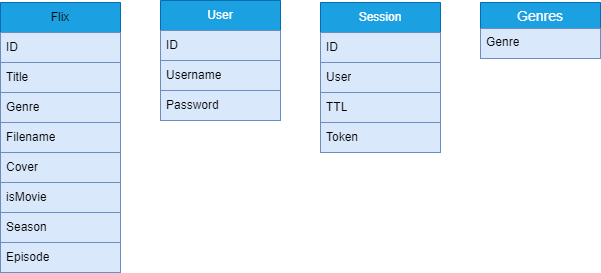
Above: backend/Localflix.drawio.png in timoleppanen85/Localflix (draw.io), before the change. Source tidied: cells renumbered, new cells last; positions are measured from the earlier drawing's top-left corner, leaving out a move shared by most shapes.
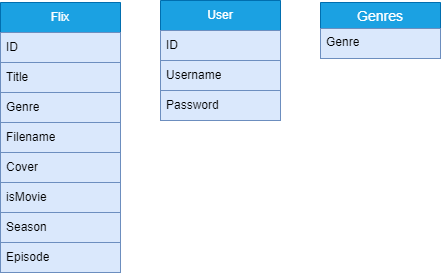
Later version of the same file.

Commit message:
Updated database schema

What changed in the source:
```diff
@@ -2,7 +2,7 @@
   <root>
     <mxCell id="0" />
     <mxCell id="1" parent="0" />
-    <mxCell id="2" value="Flix" style="swimlane;fontStyle=0;horizontal=1;startSize=30;whiteSpace=wrap;html=1;fillColor=#1ba1e2;fontColor=#000000;strokeColor=#006EAF;" parent="1" vertex="1">
+    <mxCell id="2" value="&lt;font color=&quot;#ffffff&quot;&gt;Flix&lt;/font&gt;" style="swimlane;fontStyle=0;horizontal=1;startSize=30;whiteSpace=wrap;html=1;fillColor=#1ba1e2;fontColor=#000000;strokeColor=#006EAF;" parent="1" vertex="1">
       <mxGeometry y="2" width="120" height="270" as="geometry" />
     </mxCell>
     <mxCell id="3" value="ID" style="text;align=left;verticalAlign=middle;spacingLeft=4;spacingRight=4;overflow=hidden;whiteSpace=wrap;html=1;labelBackgroundColor=none;fillColor=#dae8fc;strokeColor=#6c8ebf;" parent="2" vertex="1">
@@ -41,23 +41,8 @@
     <mxCell id="14" value="Password" style="text;strokeColor=#6c8ebf;fillColor=#dae8fc;align=left;verticalAlign=middle;spacingLeft=4;spacingRight=4;overflow=hidden;whiteSpace=wrap;html=1;" parent="11" vertex="1">
       <mxGeometry y="90" width="120" height="30" as="geometry" />
     </mxCell>
-    <mxCell id="15" value="Session" style="swimlane;fontStyle=0;horizontal=1;startSize=30;whiteSpace=wrap;html=1;fillColor=#1ba1e2;fontColor=#ffffff;strokeColor=#006EAF;" parent="1" vertex="1">
-      <mxGeometry x="320" y="2" width="120" height="150" as="geometry" />
-    </mxCell>
-    <mxCell id="16" value="ID" style="text;strokeColor=#6c8ebf;fillColor=#dae8fc;align=left;verticalAlign=middle;spacingLeft=4;spacingRight=4;overflow=hidden;whiteSpace=wrap;html=1;" parent="15" vertex="1">
-      <mxGeometry y="30" width="120" height="30" as="geometry" />
-    </mxCell>
-    <mxCell id="17" value="User" style="text;strokeColor=#6c8ebf;fillColor=#dae8fc;align=left;verticalAlign=middle;spacingLeft=4;spacingRight=4;overflow=hidden;whiteSpace=wrap;html=1;" parent="15" vertex="1">
-      <mxGeometry y="60" width="120" height="30" as="geometry" />
-    </mxCell>
-    <mxCell id="18" value="TTL" style="text;strokeColor=#6c8ebf;fillColor=#dae8fc;align=left;verticalAlign=middle;spacingLeft=4;spacingRight=4;overflow=hidden;whiteSpace=wrap;html=1;" parent="15" vertex="1">
-      <mxGeometry y="90" width="120" height="30" as="geometry" />
-    </mxCell>
-    <mxCell id="19" value="Token" style="text;strokeColor=#6c8ebf;fillColor=#dae8fc;align=left;verticalAlign=middle;spacingLeft=4;spacingRight=4;overflow=hidden;whiteSpace=wrap;html=1;" parent="15" vertex="1">
-      <mxGeometry y="120" width="120" height="30" as="geometry" />
-    </mxCell>
     <mxCell id="20" value="Genres" style="swimlane;fontStyle=0;horizontal=1;startSize=26;align=center;fontSize=14;fillColor=#1ba1e2;fontColor=#ffffff;strokeColor=#006EAF;" parent="1" vertex="1">
-      <mxGeometry x="480" y="2" width="120" height="56" as="geometry" />
+      <mxGeometry x="320" y="2" width="120" height="56" as="geometry" />
     </mxCell>
     <mxCell id="21" value="Genre" style="text;strokeColor=#6c8ebf;fillColor=#dae8fc;spacingLeft=4;spacingRight=4;overflow=hidden;fontSize=12;whiteSpace=wrap;html=1;" parent="20" vertex="1">
       <mxGeometry y="26" width="120" height="30" as="geometry" />
```
